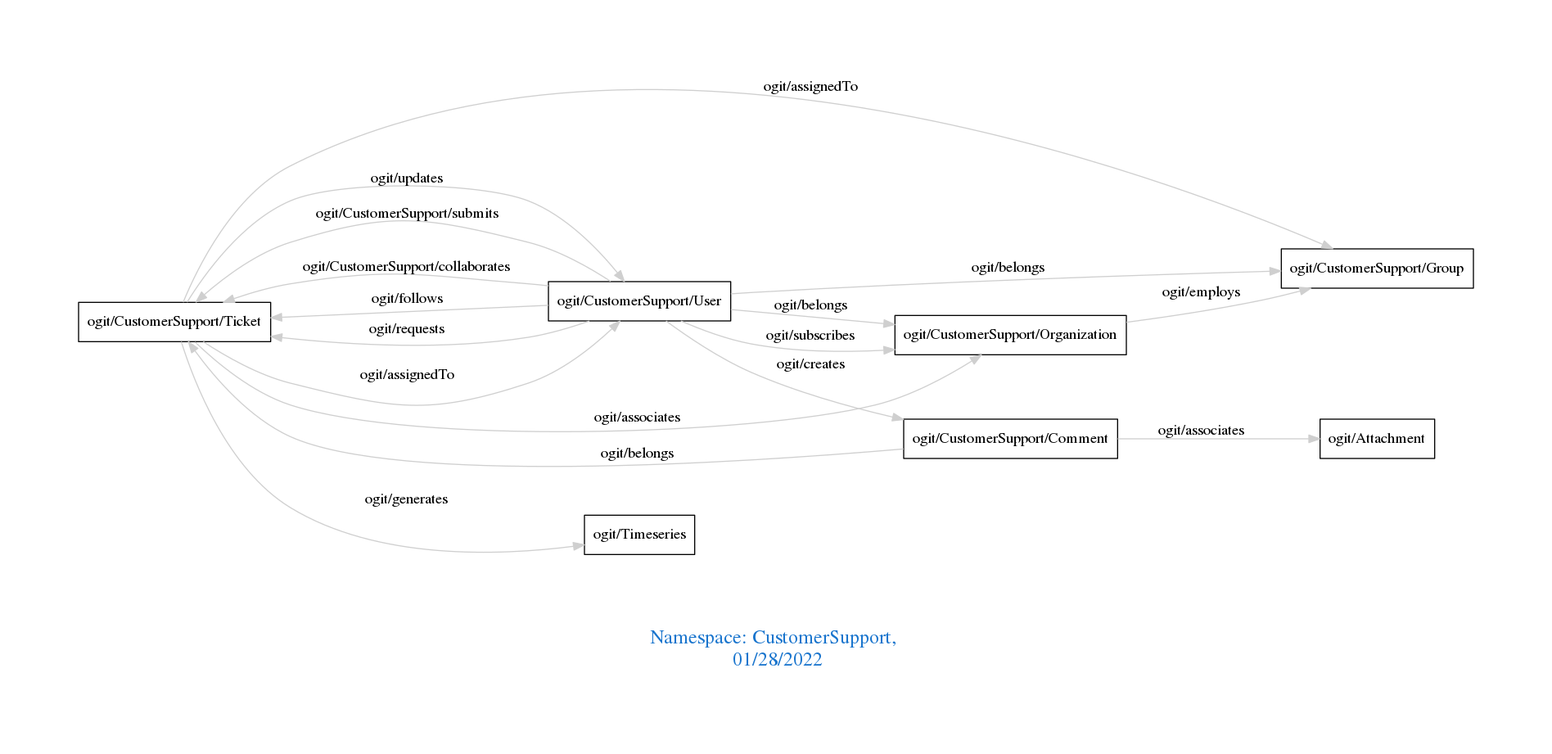
The Graphviz diagram downloads/CustomerSupport.png in arago/OGIT, before a commit. Its source is kept beside it as downloads/CustomerSupport.dot.
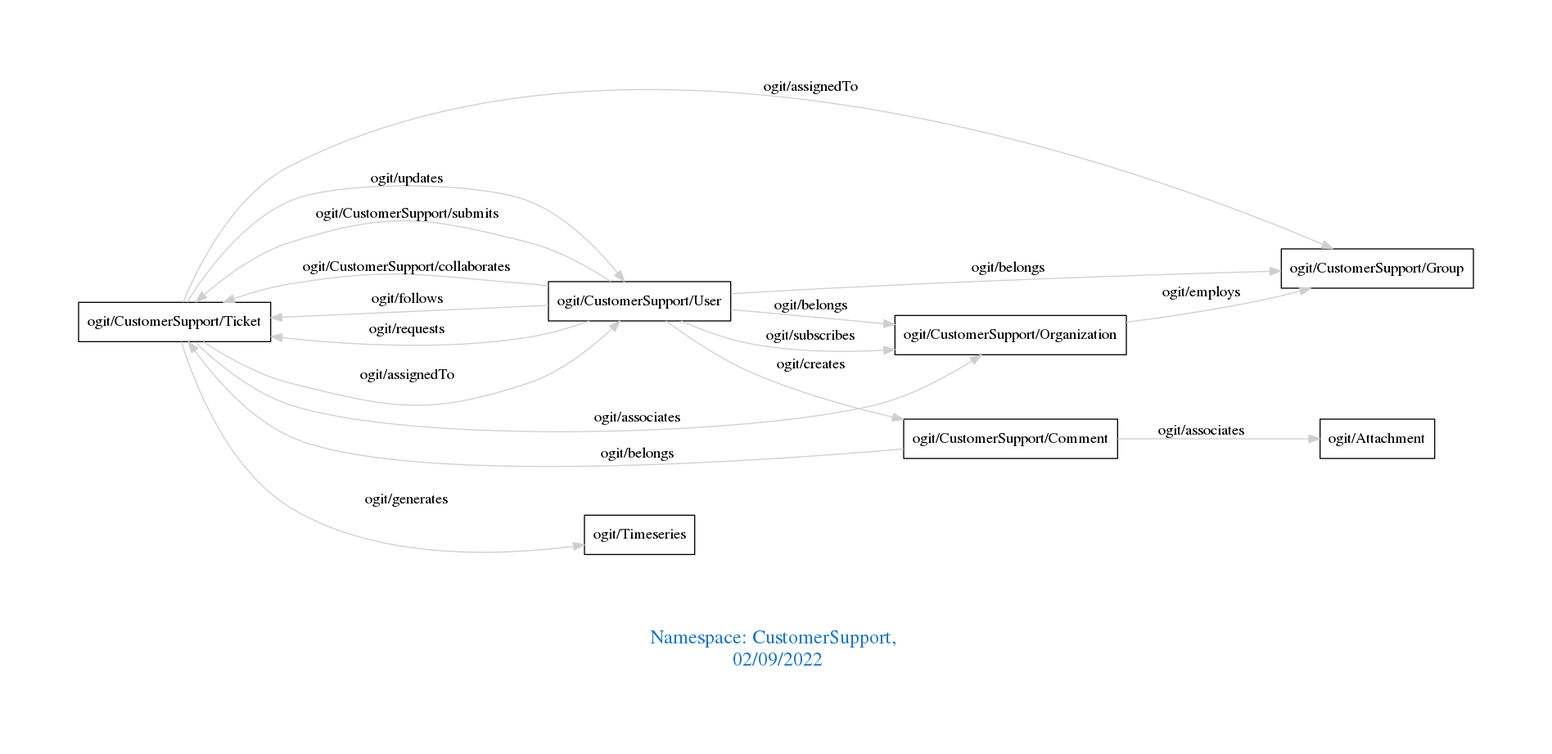
The same diagram one commit later.

Diff of the diagram source:
```diff
@@ -1,7 +1,7 @@
 digraph OGIT_ontology {
  graph [ rankdir= LR,pad=1
 fontsize = 18,
-fontcolor= dodgerblue3,label = "\n\n\nNamespace: CustomerSupport, \n 01/28/2022"];
+fontcolor= dodgerblue3,label = "\n\n\nNamespace: CustomerSupport, \n 02/09/2022"];
 node[shape=polygon];
 edge [  color="gray81"];
 
```
